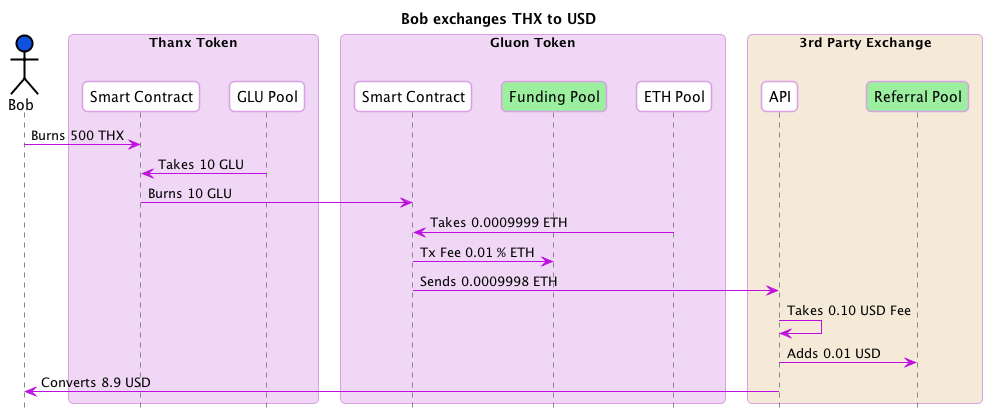
Before: flows/b-thx-to-usd-b.png, a diagram exported from PlantUML (gluon-project/gluon-specs).
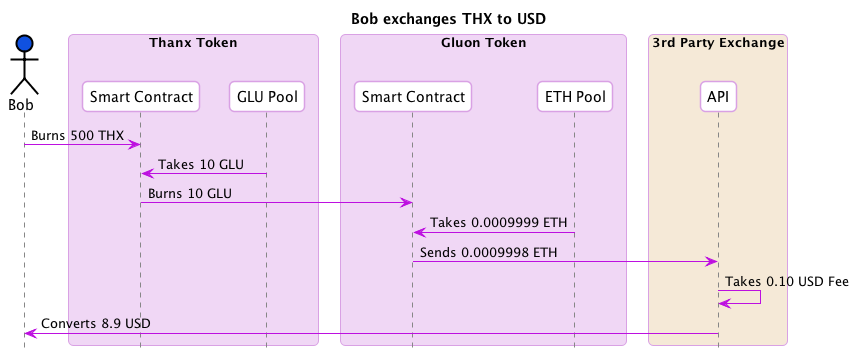
Above is the later version.

Change to the diagram source:
```diff
@@ -34,22 +34,18 @@
 end box
 box "Gluon Token"
   participant "Smart Contract" as GluonSC
-  participant "Funding Pool" as FundingPool #9CEF9F
   participant "ETH Pool" as ETHPool
 end box
 box "3rd Party Exchange" #F5E9D7
   participant "API" as Exchange
-  participant "Referral Pool" as ReferralPool #9CEF9F
 end box
 
 Bob -> ThanxSC : Burns 500 THX
 ThanxSC <- THXGLUPool : Takes 10 GLU
 ThanxSC -> GluonSC : Burns 10 GLU
 GluonSC <- ETHPool : Takes 0.0009999 ETH
-GluonSC -> FundingPool : Tx Fee 0.01 % ETH
 GluonSC -> Exchange : Sends 0.0009998 ETH
 Exchange -> Exchange : Takes 0.10 USD Fee
-Exchange -> ReferralPool : Adds 0.01 USD
 Exchange -> Bob : Converts 8.9 USD
 
 @enduml
```
